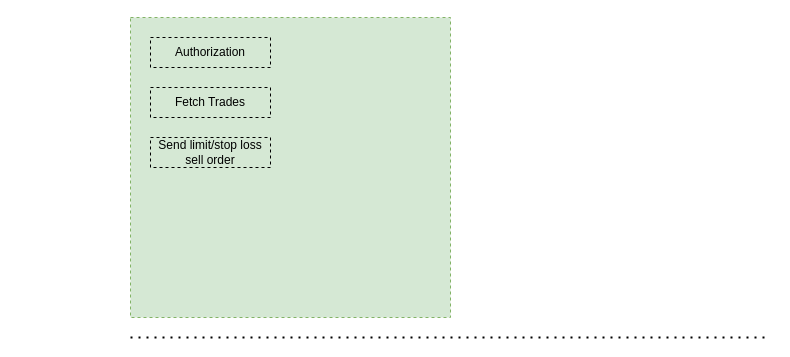
randomradio/cyzhao keeps this draw.io diagram as trade.drawio. Above is the earlier version. Source tidied: cells renumbered, new cells numbered last; positions are measured from the earlier drawing's top-left corner, leaving out a move shared by most shapes. Both pictures are drawn from the tidied source at 100%, with x=0, y=0 at pixel (130, 17).
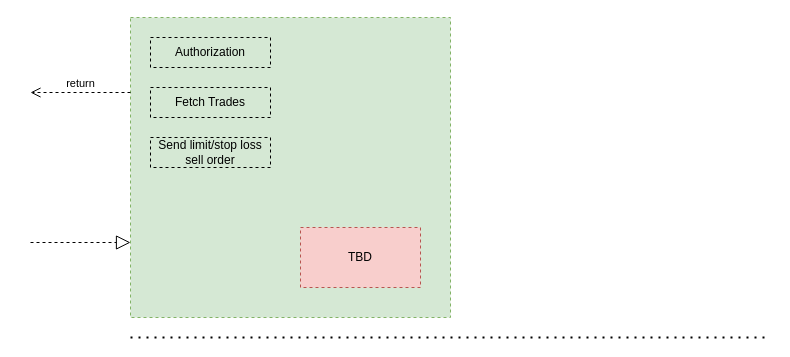
The same diagram, later.

What changed in the source:
```diff
@@
 <mxGraphModel>
   <root>
     <mxCell id="0" />
     <mxCell id="1" parent="0" />
     <mxCell id="2" style="endArrow=none;dashed=1;html=1;dashPattern=1 3;strokeWidth=2;" parent="1" edge="1">
       <mxGeometry relative="1" as="geometry">
         <mxPoint y="320" as="sourcePoint" />
         <mxPoint x="640" y="320" as="targetPoint" />
       </mxGeometry>
     </mxCell>
     <mxCell id="3" style="rounded=0;whiteSpace=wrap;html=1;fillColor=#d5e8d4;dashed=1;strokeColor=#82b366;" parent="1" vertex="1">
       <mxGeometry width="320" height="300" as="geometry" />
     </mxCell>
     <mxCell id="4" value="Authorization" style="rounded=0;whiteSpace=wrap;html=1;dashed=1;fillColor=none;" parent="1" vertex="1">
       <mxGeometry x="20" y="20" width="120" height="30" as="geometry" />
     </mxCell>
     <mxCell id="5" value="Fetch Trades" style="rounded=0;whiteSpace=wrap;html=1;dashed=1;fillColor=none;" parent="1" vertex="1">
       <mxGeometry x="20" y="70" width="120" height="30" as="geometry" />
     </mxCell>
     <mxCell id="6" value="Send limit/stop loss sell order" style="rounded=0;whiteSpace=wrap;html=1;dashed=1;fillColor=none;" parent="1" vertex="1">
       <mxGeometry x="20" y="120" width="120" height="30" as="geometry" />
     </mxCell>
+    <mxCell id="7" value="return" style="html=1;verticalAlign=bottom;endArrow=open;dashed=1;endSize=8;exitX=0;exitY=0.25;exitDx=0;exitDy=0;" parent="1" edge="1" source="3">
+      <mxGeometry relative="1" as="geometry">
+        <mxPoint x="-100" y="75" as="targetPoint" />
+      </mxGeometry>
+    </mxCell>
+    <mxCell id="8" style="endArrow=block;dashed=1;endFill=0;endSize=12;html=1;entryX=0;entryY=0.75;entryDx=0;entryDy=0;" parent="1" edge="1" target="3">
+      <mxGeometry relative="1" as="geometry">
+        <mxPoint x="-100" y="225" as="sourcePoint" />
+      </mxGeometry>
+    </mxCell>
+    <mxCell id="9" value="TBD" style="rounded=0;whiteSpace=wrap;html=1;dashed=1;fillColor=#f8cecc;strokeColor=#b85450;" parent="1" vertex="1">
+      <mxGeometry x="170" y="210" width="120" height="60" as="geometry" />
+    </mxCell>
   </root>
 </mxGraphModel>
```
